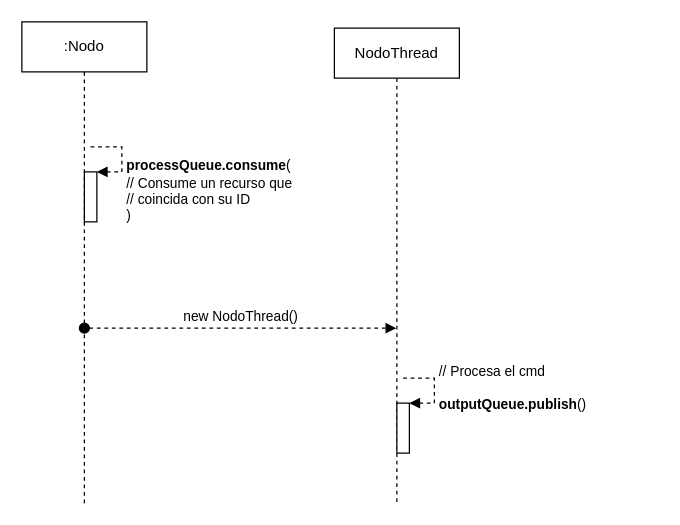
Before: page "dc3" (4 of 4) of Practico2/images/punto3-diagramas.drawio in mrgrassho/41409-Practicas, a draw.io diagram. Source tidied: cells renumbered, new cells numbered last; positions are measured from the earlier drawing's top-left corner, leaving out a move shared by most shapes. Both pictures are drawn from the tidied source at 125%, with x=0, y=0 at pixel (21, 21).
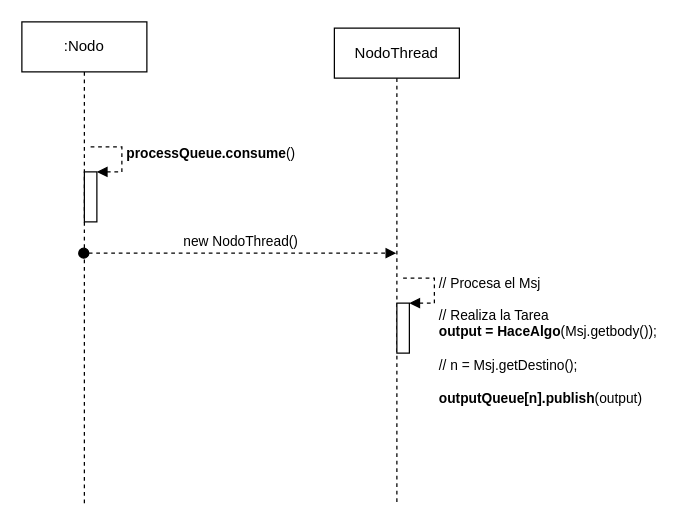
After the change.

What changed in the source:
```diff
@@
 <mxGraphModel>
   <root>
     <mxCell id="0" />
     <mxCell id="1" parent="0" />
     <mxCell id="2" value=":Nodo" style="shape=umlLifeline;perimeter=lifelinePerimeter;whiteSpace=wrap;html=1;outlineConnect=0;" parent="1" vertex="1">
       <mxGeometry width="100" height="385" as="geometry" />
     </mxCell>
     <mxCell id="3" style="html=1;points=[];perimeter=orthogonalPerimeter;" parent="2" vertex="1">
       <mxGeometry x="50" y="120" width="10" height="40" as="geometry" />
     </mxCell>
-    <mxCell id="4" value="&lt;b&gt;processQueue.consume&lt;/b&gt;(&lt;br&gt;// Consume un recurso que&amp;nbsp;&lt;br&gt;// coincida con su ID&lt;br&gt;)&lt;br&gt;&lt;br&gt;&lt;br&gt;&lt;br&gt;" style="edgeStyle=orthogonalEdgeStyle;html=1;align=left;spacingLeft=2;endArrow=block;rounded=0;entryX=1;entryY=0;dashed=1;" parent="2" edge="1" target="3">
-      <mxGeometry x="0.38" y="35" relative="1" as="geometry">
+    <mxCell id="4" value="&lt;b&gt;processQueue.consume&lt;/b&gt;()&lt;br&gt;" style="edgeStyle=orthogonalEdgeStyle;html=1;align=left;spacingLeft=2;endArrow=block;rounded=0;entryX=1;entryY=0;dashed=1;" parent="2" edge="1" target="3">
+      <mxGeometry x="-0.23" y="-5" relative="1" as="geometry">
         <mxPoint x="55" y="100" as="sourcePoint" />
         <Array as="points">
           <mxPoint x="80" y="100" />
         </Array>
+        <mxPoint x="5" y="5" as="offset" />
       </mxGeometry>
     </mxCell>
-    <mxCell id="5" value="new NodoThread()" style="html=1;verticalAlign=bottom;startArrow=oval;startFill=1;endArrow=block;startSize=8;dashed=1;" parent="2" edge="1" target="6">
-      <mxGeometry relative="1" as="geometry">
-        <mxPoint x="50" y="245" as="sourcePoint" />
-        <Array as="points">
-          <mxPoint x="140" y="245" />
-        </Array>
-      </mxGeometry>
-    </mxCell>
     <mxCell id="6" value="NodoThread" style="shape=umlLifeline;perimeter=lifelinePerimeter;whiteSpace=wrap;html=1;outlineConnect=0;" parent="1" vertex="1">
       <mxGeometry x="250" y="5" width="100" height="380" as="geometry" />
     </mxCell>
     <mxCell id="7" style="html=1;points=[];perimeter=orthogonalPerimeter;" parent="6" vertex="1">
-      <mxGeometry x="50" y="300" width="10" height="40" as="geometry" />
+      <mxGeometry x="50" y="220" width="10" height="40" as="geometry" />
     </mxCell>
-    <mxCell id="8" value="// Procesa el cmd&amp;nbsp;&lt;br&gt;&lt;br&gt;&lt;b&gt;outputQueue.publish&lt;/b&gt;()" style="edgeStyle=orthogonalEdgeStyle;html=1;align=left;spacingLeft=2;endArrow=block;rounded=0;entryX=1;entryY=0;dashed=1;" parent="6" edge="1" target="7">
-      <mxGeometry relative="1" as="geometry">
-        <mxPoint x="55" y="280" as="sourcePoint" />
+    <mxCell id="8" value="// Procesa el Msj&lt;br&gt;&lt;br&gt;// Realiza la Tarea&amp;nbsp;&lt;br&gt;&lt;b&gt;output = HaceAlgo&lt;/b&gt;(Msj.getbody());&lt;br&gt;&lt;br&gt;// n = Msj.getDestino();&lt;br&gt;&lt;br&gt;&lt;b&gt;outputQueue[n].publish&lt;/b&gt;(output)" style="edgeStyle=orthogonalEdgeStyle;html=1;align=left;spacingLeft=2;endArrow=block;rounded=0;entryX=1;entryY=0;dashed=1;" parent="6" edge="1" target="7">
+      <mxGeometry x="0.38" y="30" relative="1" as="geometry">
+        <mxPoint x="55" y="200" as="sourcePoint" />
         <Array as="points">
-          <mxPoint x="80" y="280" />
+          <mxPoint x="80" y="200" />
         </Array>
       </mxGeometry>
     </mxCell>
+    <mxCell id="5" value="new NodoThread()" style="html=1;verticalAlign=bottom;startArrow=oval;startFill=1;endArrow=block;startSize=8;dashed=1;" parent="1" edge="1" source="2" target="6">
+      <mxGeometry relative="1" as="geometry">
+        <Array as="points">
+          <mxPoint x="80" y="185" />
+          <mxPoint x="130" y="185" />
+          <mxPoint x="270" y="185" />
+        </Array>
+      </mxGeometry>
+    </mxCell>
   </root>
 </mxGraphModel>
```
